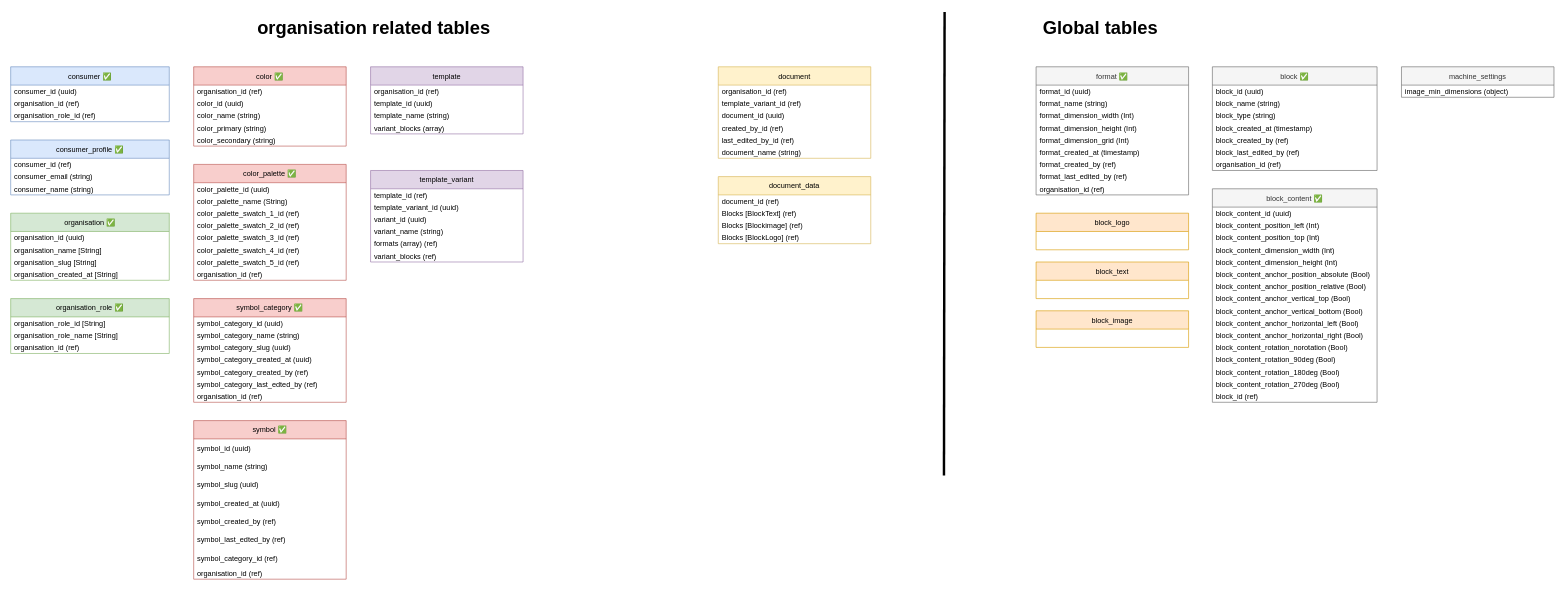
Above: page "Page-2" (2 of 2) of root/DesignmaskinCurrent2.drawio in dreamyguy/drawio (draw.io), before the change. Source tidied: cells renumbered, new cells numbered last; positions are measured from the earlier drawing's top-left corner, leaving out a move shared by most shapes. Both pictures are drawn from the tidied source at 61%, with x=0, y=0 at pixel (10, 12).
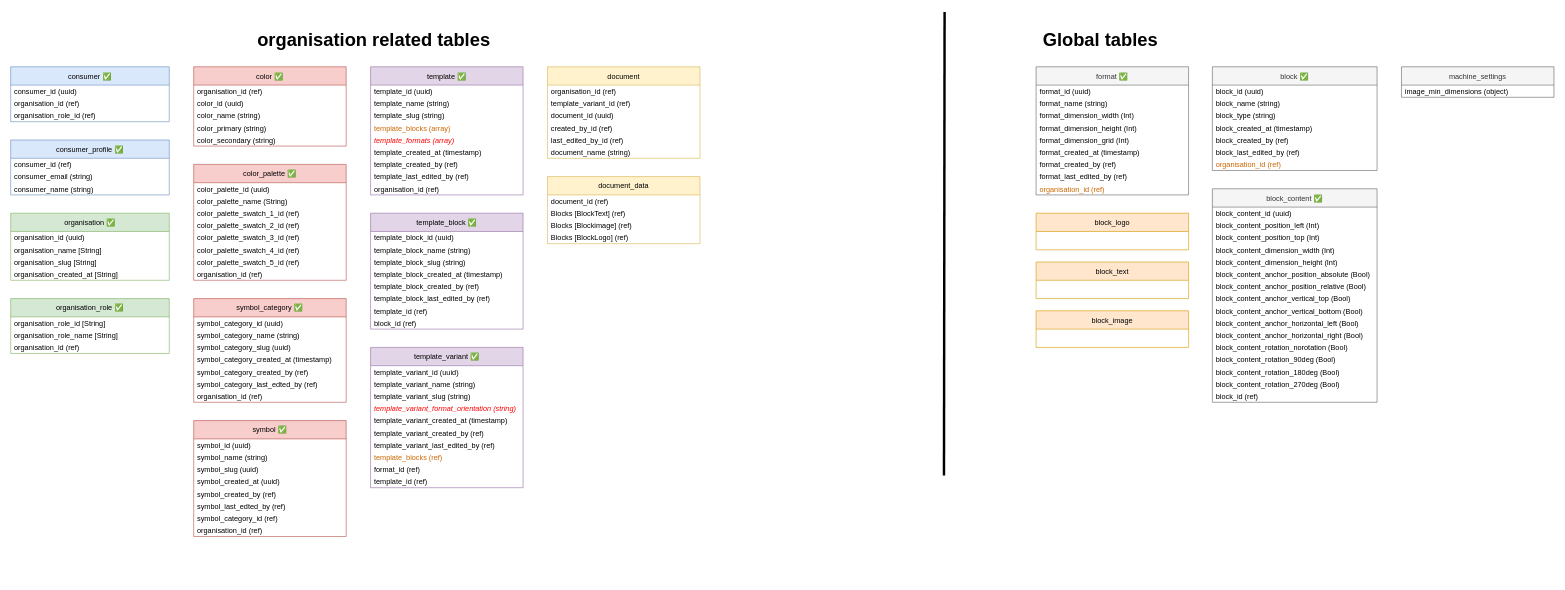
After the change.

Unchanged cells that the change refers to:
```xml
<mxCell id="29" value="symbol_category ✅" style="swimlane;fontStyle=0;horizontal=1;startSize=30;fillColor=#f8cecc;strokeColor=#b85450;" parent="1" vertex="1">
  <mxGeometry x="300" y="470" width="250" height="170" as="geometry" />
</mxCell>
<mxCell id="49" value="format ✅" style="swimlane;fontStyle=0;horizontal=1;startSize=30;fillColor=#f5f5f5;strokeColor=#666666;fontColor=#333333;" parent="1" vertex="1">
  <mxGeometry x="1681" y="90" width="250" height="210" as="geometry" />
</mxCell>
<mxCell id="93" value="block ✅" style="swimlane;fontStyle=0;horizontal=1;startSize=30;fillColor=#f5f5f5;strokeColor=#666666;fontColor=#333333;" parent="1" vertex="1">
  <mxGeometry x="1970" y="90" width="270" height="170" as="geometry" />
</mxCell>
```

The edit, as a diff of the source:
```diff
@@
     <mxCell id="6" value="document_data" style="swimlane;fontStyle=0;horizontal=1;startSize=30;fillColor=#fff2cc;strokeColor=#d6b656;" parent="1" vertex="1">
-      <mxGeometry x="1160" y="270" width="250" height="110" as="geometry" />
+      <mxGeometry x="880" y="270" width="250" height="110" as="geometry" />
     </mxCell>
@@
     <mxCell id="11" value="document" style="swimlane;fontStyle=0;horizontal=1;startSize=30;fillColor=#fff2cc;strokeColor=#d6b656;" parent="1" vertex="1">
-      <mxGeometry x="1160" y="90" width="250" height="150" as="geometry" />
+      <mxGeometry x="880" y="90" width="250" height="150" as="geometry" />
     </mxCell>
@@
-    <mxCell id="33" value="symbol_category_created_at (uuid)" style="text;strokeColor=none;fillColor=none;align=left;verticalAlign=middle;spacingLeft=4;spacingRight=4;overflow=hidden;spacing=2;" parent="29" vertex="1">
+    <mxCell id="33" value="symbol_category_created_at (timestamp)" style="text;strokeColor=none;fillColor=none;align=left;verticalAlign=middle;spacingLeft=4;spacingRight=4;overflow=hidden;spacing=2;" parent="29" vertex="1">
       <mxGeometry y="90" width="250" height="20" as="geometry" />
     </mxCell>
@@
-    <mxCell id="37" value="template" style="swimlane;fontStyle=0;horizontal=1;startSize=30;fillColor=#e1d5e7;strokeColor=#9673a6;" parent="1" vertex="1">
-      <mxGeometry x="590" y="90" width="250" height="110" as="geometry" />
+    <mxCell id="37" value="template ✅" style="swimlane;fontStyle=0;horizontal=1;startSize=30;fillColor=#e1d5e7;strokeColor=#9673a6;" parent="1" vertex="1">
+      <mxGeometry x="590" y="90" width="250" height="210" as="geometry" />
     </mxCell>
-    <mxCell id="38" value="organisation_id (ref)" style="text;strokeColor=none;fillColor=none;align=left;verticalAlign=middle;spacingLeft=4;spacingRight=4;overflow=hidden;spacing=2;" parent="37" vertex="1">
-      <mxGeometry y="30" width="250" height="20" as="geometry" />
-    </mxCell>
     <mxCell id="39" value="template_id (uuid)" style="text;strokeColor=none;fillColor=none;align=left;verticalAlign=middle;spacingLeft=4;spacingRight=4;overflow=hidden;spacing=2;" parent="37" vertex="1">
-      <mxGeometry y="50" width="250" height="20" as="geometry" />
+      <mxGeometry y="30" width="250" height="20" as="geometry" />
     </mxCell>
     <mxCell id="40" value="template_name (string)" style="text;strokeColor=none;fillColor=none;align=left;verticalAlign=middle;spacingLeft=4;spacingRight=4;overflow=hidden;spacing=2;" parent="37" vertex="1">
-      <mxGeometry y="70" width="250" height="20" as="geometry" />
+      <mxGeometry y="50" width="250" height="20" as="geometry" />
     </mxCell>
-    <mxCell id="41" value="variant_blocks (array)" style="text;strokeColor=none;fillColor=none;align=left;verticalAlign=middle;spacingLeft=4;spacingRight=4;overflow=hidden;spacing=2;" parent="37" vertex="1">
-      <mxGeometry y="90" width="250" height="20" as="geometry" />
-    </mxCell>
-    <mxCell id="42" value="template_variant" style="swimlane;fontStyle=0;horizontal=1;startSize=30;fillColor=#e1d5e7;strokeColor=#9673a6;" parent="1" vertex="1">
-      <mxGeometry x="590" y="260" width="250" height="150" as="geometry" />
-    </mxCell>
-    <mxCell id="43" value="template_id (ref)" style="text;strokeColor=none;fillColor=none;align=left;verticalAlign=middle;spacingLeft=4;spacingRight=4;overflow=hidden;spacing=2;" parent="42" vertex="1">
-      <mxGeometry y="30" width="250" height="20" as="geometry" />
-    </mxCell>
-    <mxCell id="44" value="template_variant_id (uuid)" style="text;strokeColor=none;fillColor=none;align=left;verticalAlign=middle;spacingLeft=4;spacingRight=4;overflow=hidden;spacing=2;" parent="42" vertex="1">
-      <mxGeometry y="50" width="250" height="20" as="geometry" />
-    </mxCell>
-    <mxCell id="45" value="variant_id (uuid)" style="text;strokeColor=none;fillColor=none;align=left;verticalAlign=middle;spacingLeft=4;spacingRight=4;overflow=hidden;spacing=2;" parent="42" vertex="1">
-      <mxGeometry y="70" width="250" height="20" as="geometry" />
-    </mxCell>
-    <mxCell id="46" value="variant_name (string)" style="text;strokeColor=none;fillColor=none;align=left;verticalAlign=middle;spacingLeft=4;spacingRight=4;overflow=hidden;spacing=2;" parent="42" vertex="1">
-      <mxGeometry y="90" width="250" height="20" as="geometry" />
-    </mxCell>
-    <mxCell id="47" value="formats (array) (ref)" style="text;strokeColor=none;fillColor=none;align=left;verticalAlign=middle;spacingLeft=4;spacingRight=4;overflow=hidden;spacing=2;" parent="42" vertex="1">
-      <mxGeometry y="110" width="250" height="20" as="geometry" />
-    </mxCell>
-    <mxCell id="48" value="variant_blocks (ref)" style="text;strokeColor=none;fillColor=none;align=left;verticalAlign=middle;spacingLeft=4;spacingRight=4;overflow=hidden;spacing=2;" parent="42" vertex="1">
-      <mxGeometry y="130" width="250" height="20" as="geometry" />
-    </mxCell>
+    <mxCell id="118" value="template_slug (string)" style="text;strokeColor=none;fillColor=none;align=left;verticalAlign=middle;spacingLeft=4;spacingRight=4;overflow=hidden;spacing=2;" parent="37" vertex="1">
+      <mxGeometry y="70" width="250" height="20" as="geometry" />
+    </mxCell>
+    <mxCell id="119" value="template_blocks (array)" style="text;strokeColor=none;fillColor=none;align=left;verticalAlign=middle;spacingLeft=4;spacingRight=4;overflow=hidden;spacing=2;fontColor=#CC6600;" parent="37" vertex="1">
+      <mxGeometry y="90" width="250" height="20" as="geometry" />
+    </mxCell>
+    <mxCell id="120" value="template_formats (array)" style="text;strokeColor=none;fillColor=none;align=left;verticalAlign=middle;spacingLeft=4;spacingRight=4;overflow=hidden;spacing=2;fontColor=#FF0000;fontStyle=2;" parent="37" vertex="1">
+      <mxGeometry y="110" width="250" height="20" as="geometry" />
+    </mxCell>
+    <mxCell id="121" value="template_created_at (timestamp)" style="text;strokeColor=none;fillColor=none;align=left;verticalAlign=middle;spacingLeft=4;spacingRight=4;overflow=hidden;spacing=2;" parent="37" vertex="1">
+      <mxGeometry y="130" width="250" height="20" as="geometry" />
+    </mxCell>
+    <mxCell id="122" value="template_created_by (ref)" style="text;strokeColor=none;fillColor=none;align=left;verticalAlign=middle;spacingLeft=4;spacingRight=4;overflow=hidden;spacing=2;" parent="37" vertex="1">
+      <mxGeometry y="150" width="250" height="20" as="geometry" />
+    </mxCell>
+    <mxCell id="123" value="template_last_edited_by (ref)" style="text;strokeColor=none;fillColor=none;align=left;verticalAlign=middle;spacingLeft=4;spacingRight=4;overflow=hidden;spacing=2;" parent="37" vertex="1">
+      <mxGeometry y="170" width="250" height="20" as="geometry" />
+    </mxCell>
+    <mxCell id="38" value="organisation_id (ref)" style="text;strokeColor=none;fillColor=none;align=left;verticalAlign=middle;spacingLeft=4;spacingRight=4;overflow=hidden;spacing=2;" parent="37" vertex="1">
+      <mxGeometry y="190" width="250" height="20" as="geometry" />
+    </mxCell>
@@
-    <mxCell id="58" value="organisation_id (ref)" style="text;strokeColor=none;fillColor=none;align=left;verticalAlign=middle;spacingLeft=4;spacingRight=4;overflow=hidden;spacing=2;" parent="49" vertex="1">
+    <mxCell id="58" value="organisation_id (ref)" style="text;strokeColor=none;fillColor=none;align=left;verticalAlign=middle;spacingLeft=4;spacingRight=4;overflow=hidden;spacing=2;fontColor=#CC6600;" parent="49" vertex="1">
       <mxGeometry y="190" width="250" height="20" as="geometry" />
     </mxCell>
@@
     <mxCell id="61" value="organisation related tables" style="text;html=1;align=center;verticalAlign=middle;strokeColor=none;fillColor=none;fontColor=default;fontSize=30;fontStyle=1;" parent="1" vertex="1">
-      <mxGeometry x="390" width="410" height="50" as="geometry" />
+      <mxGeometry x="390" y="20" width="410" height="50" as="geometry" />
     </mxCell>
     <mxCell id="62" value="Global tables" style="text;html=1;align=center;verticalAlign=middle;strokeColor=none;fillColor=none;fontColor=default;fontSize=30;fontStyle=1;" parent="1" vertex="1">
-      <mxGeometry x="1681" width="210" height="50" as="geometry" />
+      <mxGeometry x="1681" y="20" width="210" height="50" as="geometry" />
     </mxCell>
@@
     <mxCell id="84" value="symbol ✅" style="swimlane;fontStyle=0;horizontal=1;startSize=30;fillColor=#f8cecc;strokeColor=#b85450;" parent="1" vertex="1">
-      <mxGeometry x="300" y="670" width="250" height="260" as="geometry" />
+      <mxGeometry x="300" y="670" width="250" height="190" as="geometry" />
     </mxCell>
     <mxCell id="85" value="symbol_id (uuid)" style="text;strokeColor=none;fillColor=none;align=left;verticalAlign=middle;spacingLeft=4;spacingRight=4;overflow=hidden;spacing=2;" parent="84" vertex="1">
-      <mxGeometry y="30" width="250" height="30" as="geometry" />
+      <mxGeometry y="30" width="250" height="20" as="geometry" />
     </mxCell>
     <mxCell id="86" value="symbol_name (string)" style="text;strokeColor=none;fillColor=none;align=left;verticalAlign=middle;spacingLeft=4;spacingRight=4;overflow=hidden;spacing=2;" parent="84" vertex="1">
-      <mxGeometry y="60" width="250" height="30" as="geometry" />
+      <mxGeometry y="50" width="250" height="20" as="geometry" />
     </mxCell>
     <mxCell id="87" value="symbol_slug (uuid)" style="text;strokeColor=none;fillColor=none;align=left;verticalAlign=middle;spacingLeft=4;spacingRight=4;overflow=hidden;spacing=2;" parent="84" vertex="1">
-      <mxGeometry y="90" width="250" height="30" as="geometry" />
+      <mxGeometry y="70" width="250" height="20" as="geometry" />
     </mxCell>
     <mxCell id="88" value="symbol_created_at (uuid)" style="text;strokeColor=none;fillColor=none;align=left;verticalAlign=middle;spacingLeft=4;spacingRight=4;overflow=hidden;spacing=2;" parent="84" vertex="1">
-      <mxGeometry y="120" width="250" height="30" as="geometry" />
+      <mxGeometry y="90" width="250" height="20" as="geometry" />
     </mxCell>
     <mxCell id="89" value="symbol_created_by (ref)" style="text;strokeColor=none;fillColor=none;align=left;verticalAlign=middle;spacingLeft=4;spacingRight=4;overflow=hidden;spacing=2;" parent="84" vertex="1">
-      <mxGeometry y="150" width="250" height="30" as="geometry" />
+      <mxGeometry y="110" width="250" height="20" as="geometry" />
     </mxCell>
     <mxCell id="90" value="symbol_last_edted_by (ref)" style="text;strokeColor=none;fillColor=none;align=left;verticalAlign=middle;spacingLeft=4;spacingRight=4;overflow=hidden;spacing=2;" parent="84" vertex="1">
-      <mxGeometry y="180" width="250" height="30" as="geometry" />
+      <mxGeometry y="130" width="250" height="20" as="geometry" />
     </mxCell>
     <mxCell id="91" value="symbol_category_id (ref)" style="text;strokeColor=none;fillColor=none;align=left;verticalAlign=middle;spacingLeft=4;spacingRight=4;overflow=hidden;spacing=2;" parent="84" vertex="1">
-      <mxGeometry y="210" width="250" height="30" as="geometry" />
+      <mxGeometry y="150" width="250" height="20" as="geometry" />
     </mxCell>
     <mxCell id="92" value="organisation_id (ref)" style="text;strokeColor=none;fillColor=none;align=left;verticalAlign=middle;spacingLeft=4;spacingRight=4;overflow=hidden;spacing=2;" parent="84" vertex="1">
-      <mxGeometry y="240" width="250" height="20" as="geometry" />
+      <mxGeometry y="170" width="250" height="20" as="geometry" />
     </mxCell>
@@
-    <mxCell id="100" value="organisation_id (ref)" style="text;strokeColor=none;fillColor=none;align=left;verticalAlign=middle;spacingLeft=4;spacingRight=4;overflow=hidden;spacing=2;" parent="93" vertex="1">
+    <mxCell id="100" value="organisation_id (ref)" style="text;strokeColor=none;fillColor=none;align=left;verticalAlign=middle;spacingLeft=4;spacingRight=4;overflow=hidden;spacing=2;fontColor=#CC6600;" parent="93" vertex="1">
       <mxGeometry y="150" width="270" height="20" as="geometry" />
     </mxCell>
@@
+    <mxCell id="124" value="template_block ✅" style="swimlane;fontStyle=0;horizontal=1;startSize=30;fillColor=#e1d5e7;strokeColor=#9673a6;" parent="1" vertex="1">
+      <mxGeometry x="590" y="330" width="250" height="190" as="geometry" />
+    </mxCell>
+    <mxCell id="125" value="template_block_id (uuid)" style="text;strokeColor=none;fillColor=none;align=left;verticalAlign=middle;spacingLeft=4;spacingRight=4;overflow=hidden;spacing=2;" parent="124" vertex="1">
+      <mxGeometry y="30" width="250" height="20" as="geometry" />
+    </mxCell>
+    <mxCell id="126" value="template_block_name (string)" style="text;strokeColor=none;fillColor=none;align=left;verticalAlign=middle;spacingLeft=4;spacingRight=4;overflow=hidden;spacing=2;" parent="124" vertex="1">
+      <mxGeometry y="50" width="250" height="20" as="geometry" />
+    </mxCell>
+    <mxCell id="127" value="template_block_slug (string)" style="text;strokeColor=none;fillColor=none;align=left;verticalAlign=middle;spacingLeft=4;spacingRight=4;overflow=hidden;spacing=2;" parent="124" vertex="1">
+      <mxGeometry y="70" width="250" height="20" as="geometry" />
+    </mxCell>
+    <mxCell id="128" value="template_block_created_at (timestamp)" style="text;strokeColor=none;fillColor=none;align=left;verticalAlign=middle;spacingLeft=4;spacingRight=4;overflow=hidden;spacing=2;" parent="124" vertex="1">
+      <mxGeometry y="90" width="250" height="20" as="geometry" />
+    </mxCell>
+    <mxCell id="129" value="template_block_created_by (ref)" style="text;strokeColor=none;fillColor=none;align=left;verticalAlign=middle;spacingLeft=4;spacingRight=4;overflow=hidden;spacing=2;" parent="124" vertex="1">
+      <mxGeometry y="110" width="250" height="20" as="geometry" />
+    </mxCell>
+    <mxCell id="130" value="template_block_last_edited_by (ref)" style="text;strokeColor=none;fillColor=none;align=left;verticalAlign=middle;spacingLeft=4;spacingRight=4;overflow=hidden;spacing=2;" parent="124" vertex="1">
+      <mxGeometry y="130" width="250" height="20" as="geometry" />
+    </mxCell>
+    <mxCell id="131" value="template_id (ref)" style="text;strokeColor=none;fillColor=none;align=left;verticalAlign=middle;spacingLeft=4;spacingRight=4;overflow=hidden;spacing=2;" parent="124" vertex="1">
+      <mxGeometry y="150" width="250" height="20" as="geometry" />
+    </mxCell>
+    <mxCell id="132" value="block_id (ref)" style="text;strokeColor=none;fillColor=none;align=left;verticalAlign=middle;spacingLeft=4;spacingRight=4;overflow=hidden;spacing=2;" parent="124" vertex="1">
+      <mxGeometry y="170" width="250" height="20" as="geometry" />
+    </mxCell>
+    <mxCell id="133" value="template_variant ✅" style="swimlane;fontStyle=0;horizontal=1;startSize=30;fillColor=#e1d5e7;strokeColor=#9673a6;" parent="1" vertex="1">
+      <mxGeometry x="590" y="550" width="250" height="230" as="geometry" />
+    </mxCell>
+    <mxCell id="44" value="template_variant_id (uuid)" style="text;strokeColor=none;fillColor=none;align=left;verticalAlign=middle;spacingLeft=4;spacingRight=4;overflow=hidden;spacing=2;" parent="133" vertex="1">
+      <mxGeometry y="30" width="250" height="20" as="geometry" />
+    </mxCell>
+    <mxCell id="134" value="template_variant_name (string)" style="text;strokeColor=none;fillColor=none;align=left;verticalAlign=middle;spacingLeft=4;spacingRight=4;overflow=hidden;spacing=2;" parent="133" vertex="1">
+      <mxGeometry y="50" width="250" height="20" as="geometry" />
+    </mxCell>
+    <mxCell id="135" value="template_variant_slug (string)" style="text;strokeColor=none;fillColor=none;align=left;verticalAlign=middle;spacingLeft=4;spacingRight=4;overflow=hidden;spacing=2;" parent="133" vertex="1">
+      <mxGeometry y="70" width="250" height="20" as="geometry" />
+    </mxCell>
+    <mxCell id="136" value="template_variant_format_orientation (string)" style="text;strokeColor=none;fillColor=none;align=left;verticalAlign=middle;spacingLeft=4;spacingRight=4;overflow=hidden;spacing=2;fontColor=#FF0000;fontStyle=2;" parent="133" vertex="1">
+      <mxGeometry y="90" width="250" height="20" as="geometry" />
+    </mxCell>
+    <mxCell id="137" value="template_variant_created_at (timestamp)" style="text;strokeColor=none;fillColor=none;align=left;verticalAlign=middle;spacingLeft=4;spacingRight=4;overflow=hidden;spacing=2;" parent="133" vertex="1">
+      <mxGeometry y="110" width="250" height="20" as="geometry" />
+    </mxCell>
+    <mxCell id="138" value="template_variant_created_by (ref)" style="text;strokeColor=none;fillColor=none;align=left;verticalAlign=middle;spacingLeft=4;spacingRight=4;overflow=hidden;spacing=2;" parent="133" vertex="1">
+      <mxGeometry y="130" width="250" height="20" as="geometry" />
+    </mxCell>
+    <mxCell id="139" value="template_variant_last_edited_by (ref)" style="text;strokeColor=none;fillColor=none;align=left;verticalAlign=middle;spacingLeft=4;spacingRight=4;overflow=hidden;spacing=2;" parent="133" vertex="1">
+      <mxGeometry y="150" width="250" height="20" as="geometry" />
+    </mxCell>
+    <mxCell id="140" value="template_blocks (ref)" style="text;strokeColor=none;fillColor=none;align=left;verticalAlign=middle;spacingLeft=4;spacingRight=4;overflow=hidden;spacing=2;fontColor=#CC6600;" parent="133" vertex="1">
+      <mxGeometry y="170" width="250" height="20" as="geometry" />
+    </mxCell>
+    <mxCell id="141" value="format_id (ref)" style="text;strokeColor=none;fillColor=none;align=left;verticalAlign=middle;spacingLeft=4;spacingRight=4;overflow=hidden;spacing=2;" parent="133" vertex="1">
+      <mxGeometry y="190" width="250" height="20" as="geometry" />
+    </mxCell>
+    <mxCell id="142" value="template_id (ref)" style="text;strokeColor=none;fillColor=none;align=left;verticalAlign=middle;spacingLeft=4;spacingRight=4;overflow=hidden;spacing=2;" parent="133" vertex="1">
+      <mxGeometry y="210" width="250" height="20" as="geometry" />
+    </mxCell>
```
